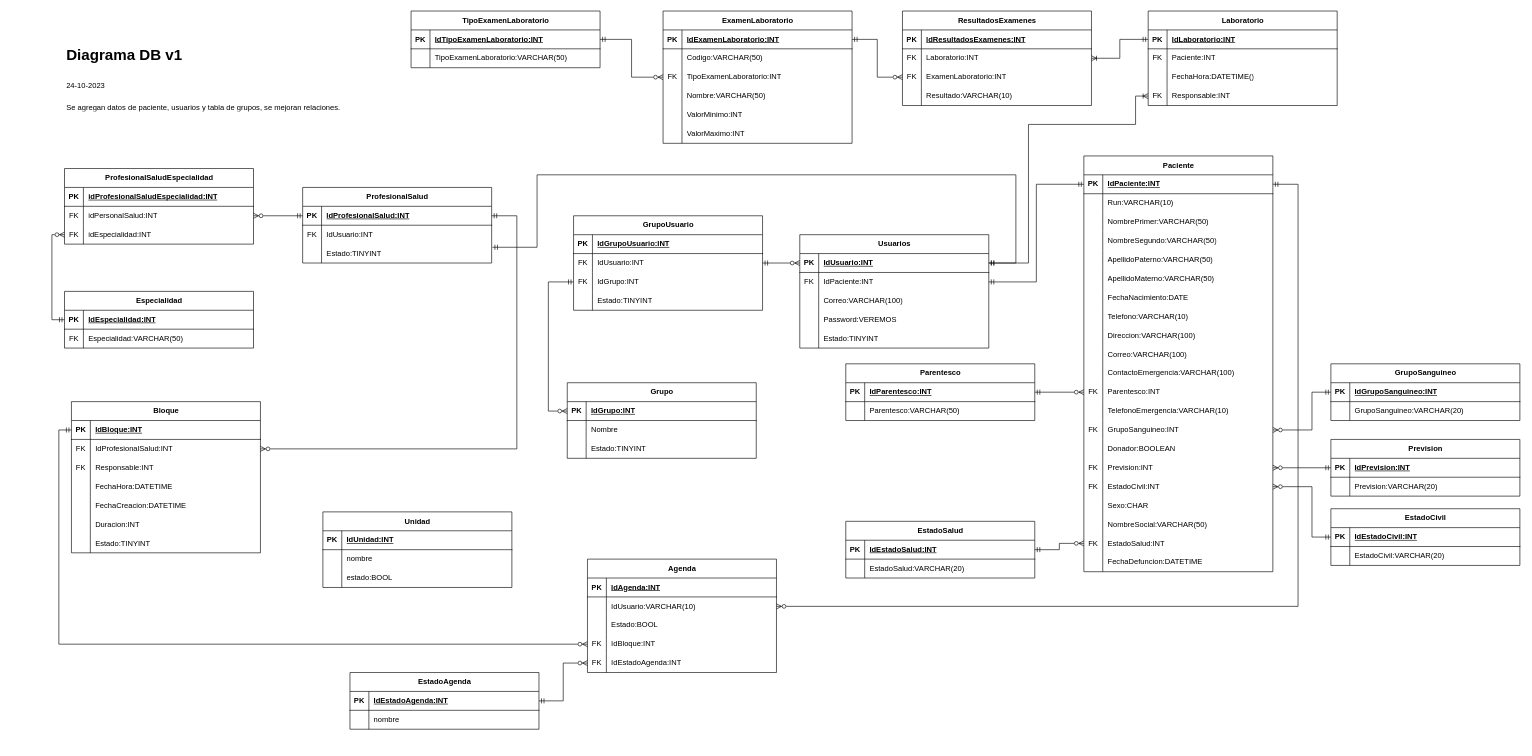
The draw.io diagram DiagramaDB.drawio in JonaNomas/his-diagram, before the edit. Source tidied: cells renumbered, new cells numbered last; positions are measured from the earlier drawing's top-left corner, leaving out a move shared by most shapes. Both pictures are drawn from the tidied source at 63%, with x=0, y=0 at pixel (63, 11).
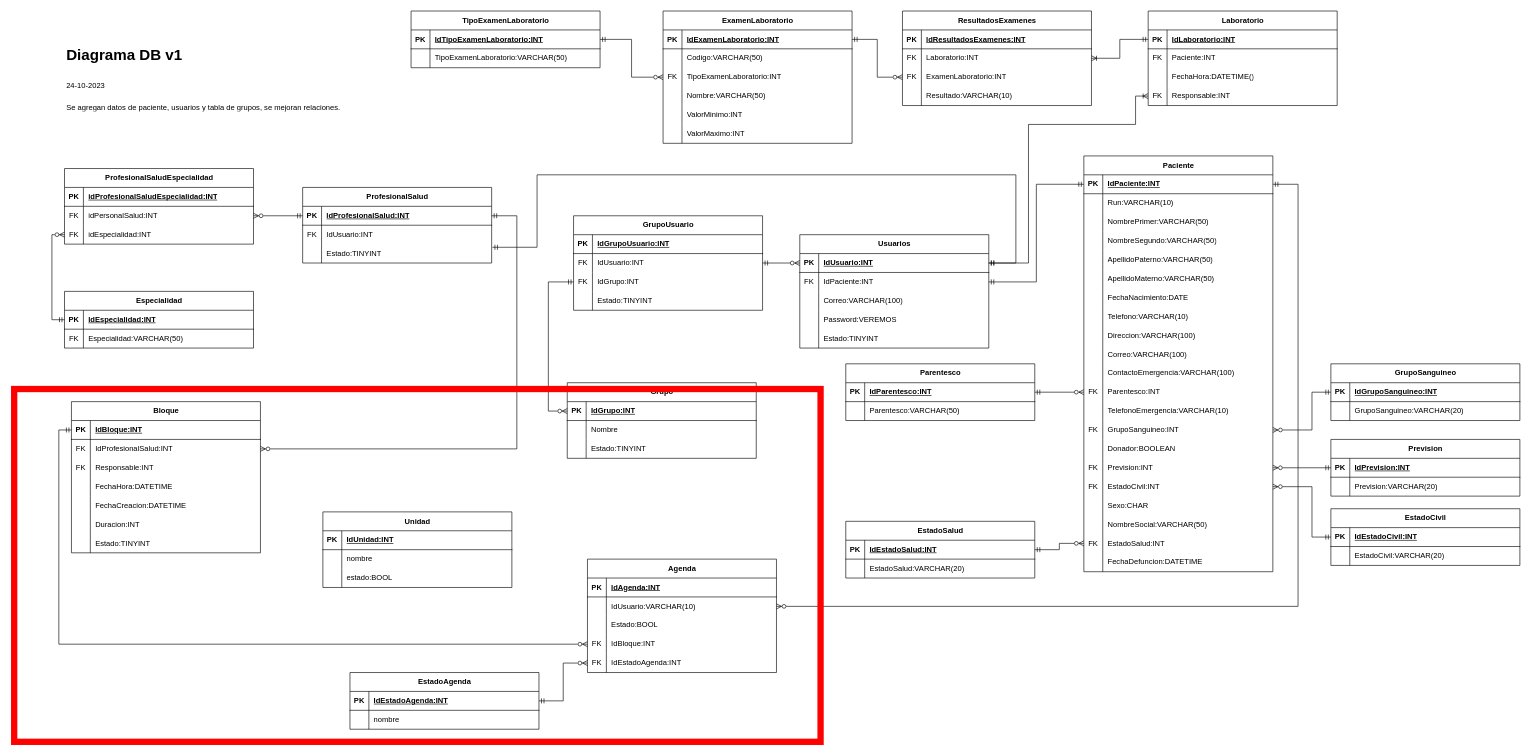
Above is the later version.

Commit message:
add: Cuadro cambios

Diff of the diagram source:
```diff
@@
+    <mxCell id="295" style="rounded=0;whiteSpace=wrap;html=1;fillColor=none;strokeWidth=10;strokeColor=#ff0000;" parent="1" vertex="1">
+      <mxGeometry x="-78" y="600" width="1280" height="560" as="geometry" />
+    </mxCell>
```
